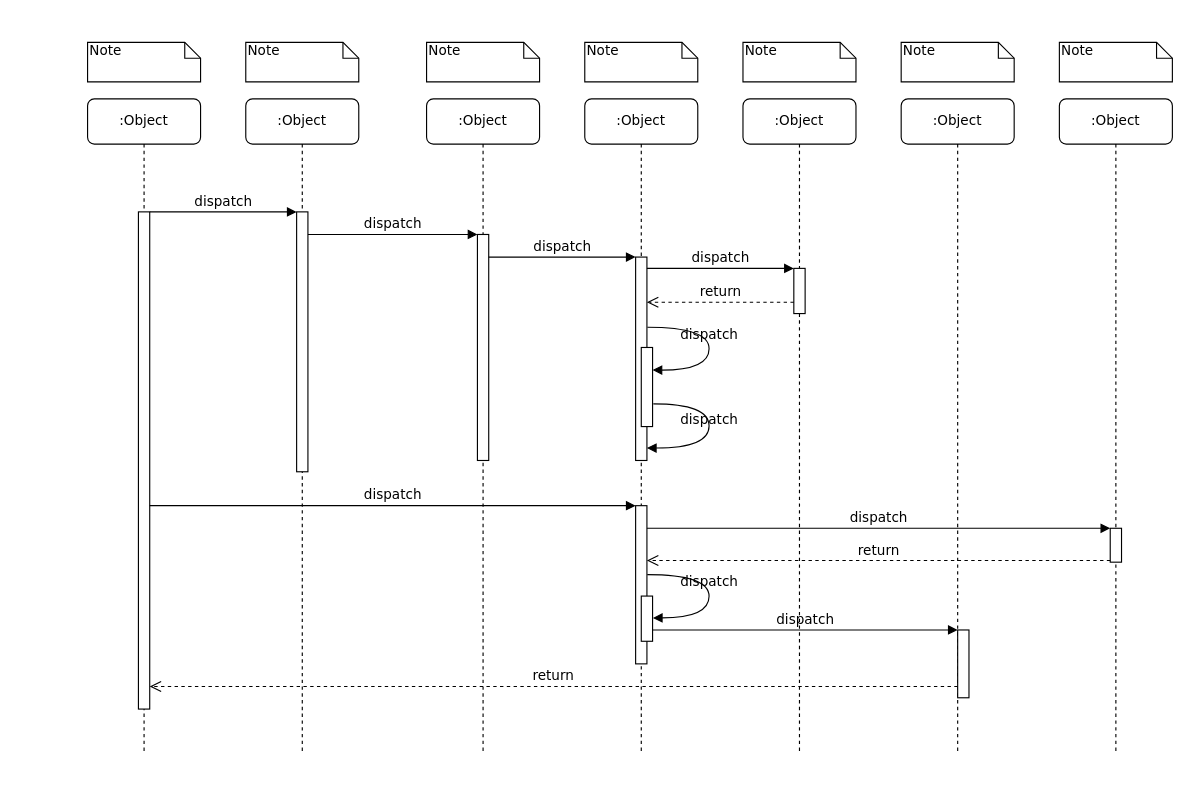
The draw.io diagram Untitled Diagram.drawio in ace2021/Sequoia, before the edit. Source tidied: cells renumbered, new cells numbered last; positions are measured from the earlier drawing's top-left corner, leaving out a move shared by most shapes. Both pictures are drawn from the tidied source at 113%, with x=0, y=0 at pixel (87, 42).
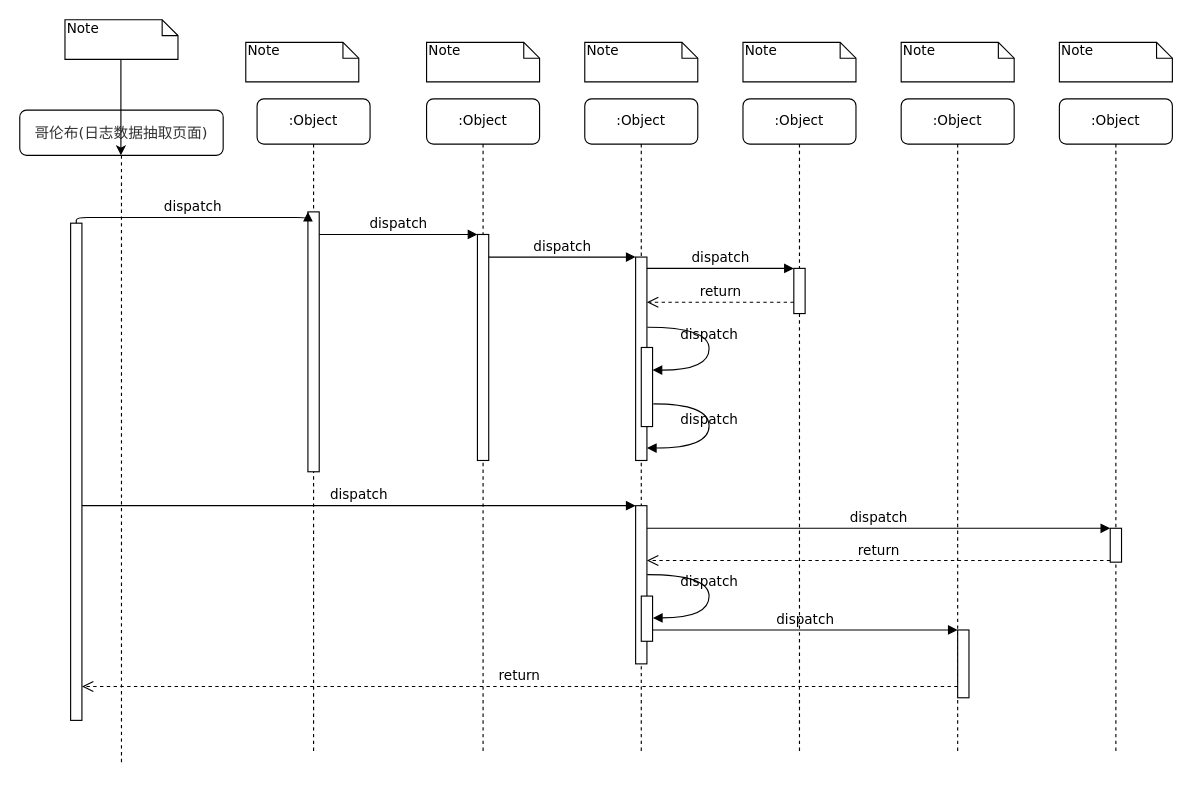
After the change.

Change to the diagram source:
```diff
@@
     <mxCell id="2" value=":Object" style="shape=umlLifeline;perimeter=lifelinePerimeter;whiteSpace=wrap;html=1;rounded=1;shadow=0;comic=0;labelBackgroundColor=none;strokeWidth=1;fontFamily=Verdana;fontSize=12;align=center;" parent="1" vertex="1">
-      <mxGeometry x="140" y="50" width="100" height="580" as="geometry" />
+      <mxGeometry x="150" y="50" width="100" height="580" as="geometry" />
     </mxCell>
@@
-    <mxCell id="10" value=":Object" style="shape=umlLifeline;perimeter=lifelinePerimeter;whiteSpace=wrap;html=1;outlineConnect=0;rounded=1;shadow=0;comic=0;labelBackgroundColor=none;strokeWidth=1;fontFamily=Verdana;fontSize=12;align=center;" parent="1" vertex="1">
-      <mxGeometry y="50" width="100" height="580" as="geometry" />
+    <mxCell id="10" value="&lt;span style=&quot;color: rgb(50 , 50 , 50) ; font-size: 13px ; background-color: rgba(255 , 255 , 255 , 0.01)&quot;&gt;哥伦布(日志数据抽取页面)&lt;/span&gt;" style="shape=umlLifeline;perimeter=lifelinePerimeter;whiteSpace=wrap;html=1;outlineConnect=0;rounded=1;shadow=0;comic=0;labelBackgroundColor=none;strokeWidth=1;fontFamily=Verdana;fontSize=12;align=center;" parent="1" vertex="1">
+      <mxGeometry x="-60" y="60" width="180" height="580" as="geometry" />
     </mxCell>
@@
+    <mxCell id="39" style="edgeStyle=orthogonalEdgeStyle;rounded=0;jettySize=auto;html=1;" parent="1" edge="1" source="32" target="10">
+      <mxGeometry relative="1" as="geometry" />
+    </mxCell>
     <mxCell id="32" value="Note" style="shape=note;whiteSpace=wrap;html=1;size=14;verticalAlign=top;align=left;spacingTop=-6;rounded=0;shadow=0;comic=0;labelBackgroundColor=none;strokeWidth=1;fontFamily=Verdana;fontSize=12;" parent="1" vertex="1">
-      <mxGeometry width="100" height="35" as="geometry" />
+      <mxGeometry x="-20" y="-20" width="100" height="35" as="geometry" />
     </mxCell>
```
